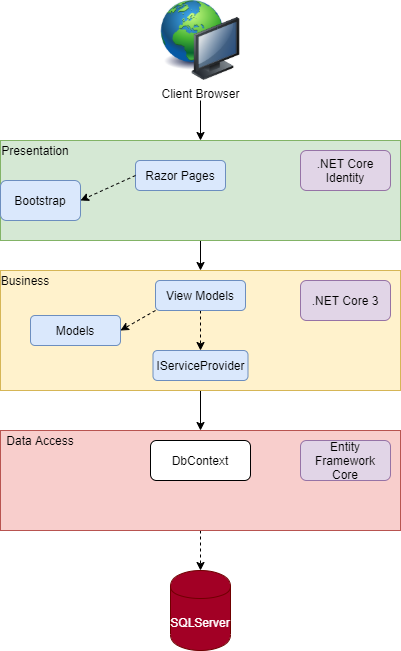
Above: architecturediagram.png in sbacklund2013/ShiftInDocs (draw.io), before the change. Source tidied: cells renumbered, new cells last; positions are measured from the earlier drawing's top-left corner, leaving out a move shared by most shapes. The source it was exported from:
```xml
<mxGraphModel>
  <root>
    <mxCell id="0" />
    <mxCell id="1" parent="0" />
    <mxCell id="2" style="edgeStyle=orthogonalEdgeStyle;rounded=0;jettySize=auto;html=1;" parent="1" edge="1" source="3" target="5">
      <mxGeometry relative="1" as="geometry" />
    </mxCell>
    <mxCell id="3" style="rounded=0;whiteSpace=wrap;html=1;fillColor=#d5e8d4;strokeColor=#82b366;" parent="1" vertex="1">
      <mxGeometry y="140" width="400" height="100" as="geometry" />
    </mxCell>
    <mxCell id="4" style="edgeStyle=orthogonalEdgeStyle;rounded=0;jettySize=auto;html=1;" parent="1" edge="1" source="5" target="7">
      <mxGeometry relative="1" as="geometry" />
    </mxCell>
    <mxCell id="5" style="rounded=0;whiteSpace=wrap;html=1;fillColor=#fff2cc;strokeColor=#d6b656;" parent="1" vertex="1">
      <mxGeometry y="270" width="400" height="120" as="geometry" />
    </mxCell>
    <mxCell id="6" style="edgeStyle=orthogonalEdgeStyle;rounded=0;jettySize=auto;html=1;dashed=1;" parent="1" edge="1" source="7" target="25">
      <mxGeometry relative="1" as="geometry" />
    </mxCell>
    <mxCell id="7" style="rounded=0;whiteSpace=wrap;html=1;fillColor=#f8cecc;strokeColor=#b85450;" parent="1" vertex="1">
      <mxGeometry y="430" width="400" height="100" as="geometry" />
    </mxCell>
    <mxCell id="8" value="Client Browser" style="image;html=1;image=img/lib/clip_art/computers/Network_128x128.png;" parent="1" vertex="1">
      <mxGeometry x="160" width="80" height="80" as="geometry" />
    </mxCell>
    <mxCell id="9" style="endArrow=classic;html=1;entryX=0.5;entryY=0;entryDx=0;entryDy=0;" parent="1" edge="1" target="3">
      <mxGeometry relative="1" as="geometry">
        <mxPoint x="200" y="100" as="sourcePoint" />
      </mxGeometry>
    </mxCell>
    <mxCell id="10" value="Presentation" style="text;html=1;strokeColor=none;fillColor=none;align=center;verticalAlign=middle;whiteSpace=wrap;rounded=0;" parent="1" vertex="1">
      <mxGeometry y="140" width="70" height="20" as="geometry" />
    </mxCell>
    <mxCell id="11" value="Business" style="text;html=1;strokeColor=none;fillColor=none;align=center;verticalAlign=middle;whiteSpace=wrap;rounded=0;" parent="1" vertex="1">
      <mxGeometry y="270" width="50" height="20" as="geometry" />
    </mxCell>
    <mxCell id="12" value="Data Access" style="text;html=1;strokeColor=none;fillColor=none;align=center;verticalAlign=middle;whiteSpace=wrap;rounded=0;" parent="1" vertex="1">
      <mxGeometry y="430" width="80" height="20" as="geometry" />
    </mxCell>
    <mxCell id="13" value="Razor Pages&lt;span style=&quot;color: rgba(0 , 0 , 0 , 0) ; font-family: monospace ; font-size: 0px&quot;&gt;%3CmxGraphModel%3E%3Croot%3E%3CmxCell%20id%3D%220%22%2F%3E%3CmxCell%20id%3D%221%22%20parent%3D%220%22%2F%3E%3CmxCell%20id%3D%222%22%20value%3D%22Text%22%20style%3D%22text%3Bhtml%3D1%3BstrokeColor%3Dnone%3BfillColor%3Dnone%3Balign%3Dcenter%3BverticalAlign%3Dmiddle%3BwhiteSpace%3Dwrap%3Brounded%3D0%3B%22%20vertex%3D%221%22%20parent%3D%221%22%3E%3CmxGeometry%20x%3D%22160%22%20y%3D%22300%22%20width%3D%2240%22%20height%3D%2220%22%20as%3D%22geometry%22%2F%3E%3C%2FmxCell%3E%3C%2Froot%3E%3C%2FmxGraphModel%3E&lt;/span&gt;" style="rounded=1;whiteSpace=wrap;html=1;fillColor=#dae8fc;strokeColor=#6c8ebf;" parent="1" vertex="1">
      <mxGeometry x="135" y="160" width="90" height="30" as="geometry" />
    </mxCell>
    <mxCell id="14" style="edgeStyle=orthogonalEdgeStyle;rounded=0;jettySize=auto;html=1;dashed=1;" parent="1" edge="1" source="15" target="19">
      <mxGeometry relative="1" as="geometry" />
    </mxCell>
    <mxCell id="15" value="View Models" style="rounded=1;whiteSpace=wrap;html=1;fillColor=#dae8fc;strokeColor=#6c8ebf;" parent="1" vertex="1">
      <mxGeometry x="155" y="280" width="90" height="30" as="geometry" />
    </mxCell>
    <mxCell id="16" value="Bootstrap" style="rounded=1;whiteSpace=wrap;html=1;fillColor=#dae8fc;strokeColor=#6c8ebf;" parent="1" vertex="1">
      <mxGeometry y="180" width="80" height="40" as="geometry" />
    </mxCell>
    <mxCell id="17" style="endArrow=classic;html=1;dashed=1;entryX=1;entryY=0.5;entryDx=0;entryDy=0;exitX=0;exitY=0.5;exitDx=0;exitDy=0;" parent="1" edge="1" source="13" target="16">
      <mxGeometry relative="1" as="geometry" />
    </mxCell>
    <mxCell id="18" value=".NET Core Identity" style="rounded=1;whiteSpace=wrap;html=1;fillColor=#e1d5e7;strokeColor=#9673a6;" parent="1" vertex="1">
      <mxGeometry x="300" y="150" width="90" height="40" as="geometry" />
    </mxCell>
    <mxCell id="19" value="IServiceProvider" style="rounded=1;whiteSpace=wrap;html=1;fillColor=#dae8fc;strokeColor=#6c8ebf;" parent="1" vertex="1">
      <mxGeometry x="152.5" y="350" width="95" height="30" as="geometry" />
    </mxCell>
    <mxCell id="20" value="DbContext" style="rounded=1;whiteSpace=wrap;html=1;" parent="1" vertex="1">
      <mxGeometry x="150" y="440" width="100" height="40" as="geometry" />
    </mxCell>
    <mxCell id="21" value="Models" style="rounded=1;whiteSpace=wrap;html=1;fillColor=#dae8fc;strokeColor=#6c8ebf;" parent="1" vertex="1">
      <mxGeometry x="30" y="315" width="90" height="30" as="geometry" />
    </mxCell>
    <mxCell id="22" style="endArrow=classic;html=1;dashed=1;entryX=1;entryY=0.5;entryDx=0;entryDy=0;exitX=0;exitY=1;exitDx=0;exitDy=0;" parent="1" edge="1" source="15" target="21">
      <mxGeometry relative="1" as="geometry" />
    </mxCell>
    <mxCell id="23" value="Entity Framework Core" style="rounded=1;whiteSpace=wrap;html=1;fillColor=#e1d5e7;strokeColor=#9673a6;" parent="1" vertex="1">
      <mxGeometry x="300" y="440" width="90" height="40" as="geometry" />
    </mxCell>
    <mxCell id="24" value=".NET Core 3" style="rounded=1;whiteSpace=wrap;html=1;fillColor=#e1d5e7;strokeColor=#9673a6;" parent="1" vertex="1">
      <mxGeometry x="300" y="280" width="90" height="40" as="geometry" />
    </mxCell>
    <mxCell id="25" value="SQLServer" style="shape=cylinder;whiteSpace=wrap;html=1;boundedLbl=1;backgroundOutline=1;rounded=0;strokeColor=#6F0000;fillColor=#a20025;fontColor=#ffffff;" parent="1" vertex="1">
      <mxGeometry x="170" y="570" width="60" height="80" as="geometry" />
    </mxCell>
  </root>
</mxGraphModel>
```
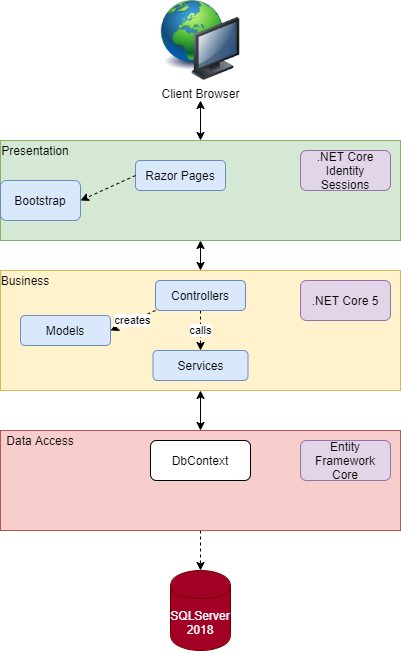
The same diagram one commit later.

What changed in the source:
```diff
@@ -2,13 +2,13 @@
   <root>
     <mxCell id="0" />
     <mxCell id="1" parent="0" />
-    <mxCell id="2" style="edgeStyle=orthogonalEdgeStyle;rounded=0;jettySize=auto;html=1;" parent="1" edge="1" source="3" target="5">
+    <mxCell id="2" style="edgeStyle=orthogonalEdgeStyle;rounded=0;jettySize=auto;html=1;startArrow=classic;startFill=1;" parent="1" edge="1" source="3" target="5">
       <mxGeometry relative="1" as="geometry" />
     </mxCell>
     <mxCell id="3" style="rounded=0;whiteSpace=wrap;html=1;fillColor=#d5e8d4;strokeColor=#82b366;" parent="1" vertex="1">
       <mxGeometry y="140" width="400" height="100" as="geometry" />
     </mxCell>
-    <mxCell id="4" style="edgeStyle=orthogonalEdgeStyle;rounded=0;jettySize=auto;html=1;" parent="1" edge="1" source="5" target="7">
+    <mxCell id="4" style="edgeStyle=orthogonalEdgeStyle;rounded=0;jettySize=auto;html=1;startArrow=classic;startFill=1;" parent="1" edge="1" source="5" target="7">
       <mxGeometry relative="1" as="geometry" />
     </mxCell>
     <mxCell id="5" style="rounded=0;whiteSpace=wrap;html=1;fillColor=#fff2cc;strokeColor=#d6b656;" parent="1" vertex="1">
@@ -23,7 +23,7 @@
     <mxCell id="8" value="Client Browser" style="image;html=1;image=img/lib/clip_art/computers/Network_128x128.png;" parent="1" vertex="1">
       <mxGeometry x="160" width="80" height="80" as="geometry" />
     </mxCell>
-    <mxCell id="9" style="endArrow=classic;html=1;entryX=0.5;entryY=0;entryDx=0;entryDy=0;" parent="1" edge="1" target="3">
+    <mxCell id="9" style="endArrow=classic;html=1;entryX=0.5;entryY=0;entryDx=0;entryDy=0;startArrow=classic;startFill=1;" parent="1" edge="1" target="3">
       <mxGeometry relative="1" as="geometry">
         <mxPoint x="200" y="100" as="sourcePoint" />
       </mxGeometry>
@@ -40,10 +40,10 @@
     <mxCell id="13" value="Razor Pages&lt;span style=&quot;color: rgba(0 , 0 , 0 , 0) ; font-family: monospace ; font-size: 0px&quot;&gt;%3CmxGraphModel%3E%3Croot%3E%3CmxCell%20id%3D%220%22%2F%3E%3CmxCell%20id%3D%221%22%20parent%3D%220%22%2F%3E%3CmxCell%20id%3D%222%22%20value%3D%22Text%22%20style%3D%22text%3Bhtml%3D1%3BstrokeColor%3Dnone%3BfillColor%3Dnone%3Balign%3Dcenter%3BverticalAlign%3Dmiddle%3BwhiteSpace%3Dwrap%3Brounded%3D0%3B%22%20vertex%3D%221%22%20parent%3D%221%22%3E%3CmxGeometry%20x%3D%22160%22%20y%3D%22300%22%20width%3D%2240%22%20height%3D%2220%22%20as%3D%22geometry%22%2F%3E%3C%2FmxCell%3E%3C%2Froot%3E%3C%2FmxGraphModel%3E&lt;/span&gt;" style="rounded=1;whiteSpace=wrap;html=1;fillColor=#dae8fc;strokeColor=#6c8ebf;" parent="1" vertex="1">
       <mxGeometry x="135" y="160" width="90" height="30" as="geometry" />
     </mxCell>
-    <mxCell id="14" style="edgeStyle=orthogonalEdgeStyle;rounded=0;jettySize=auto;html=1;dashed=1;" parent="1" edge="1" source="15" target="19">
+    <mxCell id="14" value="calls" style="edgeStyle=orthogonalEdgeStyle;rounded=0;jettySize=auto;html=1;dashed=1;" parent="1" edge="1" source="15" target="19">
       <mxGeometry relative="1" as="geometry" />
     </mxCell>
-    <mxCell id="15" value="View Models" style="rounded=1;whiteSpace=wrap;html=1;fillColor=#dae8fc;strokeColor=#6c8ebf;" parent="1" vertex="1">
+    <mxCell id="15" value="Controllers" style="rounded=1;whiteSpace=wrap;html=1;fillColor=#dae8fc;strokeColor=#6c8ebf;" parent="1" vertex="1">
       <mxGeometry x="155" y="280" width="90" height="30" as="geometry" />
     </mxCell>
     <mxCell id="16" value="Bootstrap" style="rounded=1;whiteSpace=wrap;html=1;fillColor=#dae8fc;strokeColor=#6c8ebf;" parent="1" vertex="1">
@@ -52,28 +52,28 @@
     <mxCell id="17" style="endArrow=classic;html=1;dashed=1;entryX=1;entryY=0.5;entryDx=0;entryDy=0;exitX=0;exitY=0.5;exitDx=0;exitDy=0;" parent="1" edge="1" source="13" target="16">
       <mxGeometry relative="1" as="geometry" />
     </mxCell>
-    <mxCell id="18" value=".NET Core Identity" style="rounded=1;whiteSpace=wrap;html=1;fillColor=#e1d5e7;strokeColor=#9673a6;" parent="1" vertex="1">
+    <mxCell id="18" value=".NET Core Identity&lt;br&gt;Sessions" style="rounded=1;whiteSpace=wrap;html=1;fillColor=#e1d5e7;strokeColor=#9673a6;" parent="1" vertex="1">
       <mxGeometry x="300" y="150" width="90" height="40" as="geometry" />
     </mxCell>
-    <mxCell id="19" value="IServiceProvider" style="rounded=1;whiteSpace=wrap;html=1;fillColor=#dae8fc;strokeColor=#6c8ebf;" parent="1" vertex="1">
+    <mxCell id="19" value="Services" style="rounded=1;whiteSpace=wrap;html=1;fillColor=#dae8fc;strokeColor=#6c8ebf;" parent="1" vertex="1">
       <mxGeometry x="152.5" y="350" width="95" height="30" as="geometry" />
     </mxCell>
     <mxCell id="20" value="DbContext" style="rounded=1;whiteSpace=wrap;html=1;" parent="1" vertex="1">
       <mxGeometry x="150" y="440" width="100" height="40" as="geometry" />
     </mxCell>
     <mxCell id="21" value="Models" style="rounded=1;whiteSpace=wrap;html=1;fillColor=#dae8fc;strokeColor=#6c8ebf;" parent="1" vertex="1">
-      <mxGeometry x="30" y="315" width="90" height="30" as="geometry" />
+      <mxGeometry x="20" y="315" width="90" height="30" as="geometry" />
     </mxCell>
-    <mxCell id="22" style="endArrow=classic;html=1;dashed=1;entryX=1;entryY=0.5;entryDx=0;entryDy=0;exitX=0;exitY=1;exitDx=0;exitDy=0;" parent="1" edge="1" source="15" target="21">
+    <mxCell id="22" value="creates" style="endArrow=classic;html=1;dashed=1;entryX=1;entryY=0.5;entryDx=0;entryDy=0;exitX=0;exitY=1;exitDx=0;exitDy=0;" parent="1" edge="1" source="15" target="21">
       <mxGeometry relative="1" as="geometry" />
     </mxCell>
     <mxCell id="23" value="Entity Framework Core" style="rounded=1;whiteSpace=wrap;html=1;fillColor=#e1d5e7;strokeColor=#9673a6;" parent="1" vertex="1">
       <mxGeometry x="300" y="440" width="90" height="40" as="geometry" />
     </mxCell>
-    <mxCell id="24" value=".NET Core 3" style="rounded=1;whiteSpace=wrap;html=1;fillColor=#e1d5e7;strokeColor=#9673a6;" parent="1" vertex="1">
+    <mxCell id="24" value=".NET Core 5" style="rounded=1;whiteSpace=wrap;html=1;fillColor=#e1d5e7;strokeColor=#9673a6;" parent="1" vertex="1">
       <mxGeometry x="300" y="280" width="90" height="40" as="geometry" />
     </mxCell>
-    <mxCell id="25" value="SQLServer" style="shape=cylinder;whiteSpace=wrap;html=1;boundedLbl=1;backgroundOutline=1;rounded=0;strokeColor=#6F0000;fillColor=#a20025;fontColor=#ffffff;" parent="1" vertex="1">
+    <mxCell id="25" value="SQLServer&lt;br&gt;2018" style="shape=cylinder;whiteSpace=wrap;html=1;boundedLbl=1;backgroundOutline=1;rounded=0;strokeColor=#6F0000;fillColor=#a20025;fontColor=#ffffff;" parent="1" vertex="1">
       <mxGeometry x="170" y="570" width="60" height="80" as="geometry" />
     </mxCell>
   </root>
```
